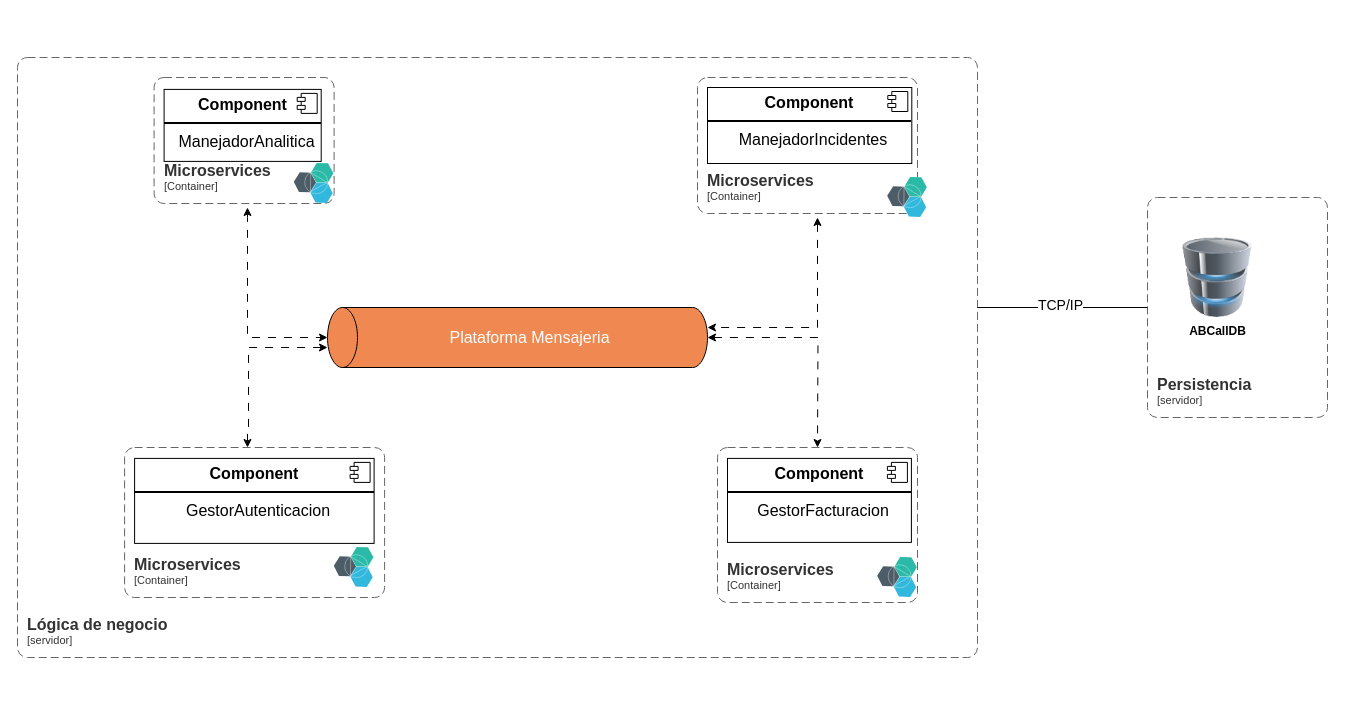
This is page "hu experimento arquitectura abcall asincrono" (8 of 8) of diagramas.drawio from lordmkichavi-andes/MISW4202-202414-Grupo017, a draw.io file, before an edit. Source tidied: cells renumbered, new cells numbered last; positions are measured from the earlier drawing's top-left corner, leaving out a move shared by most shapes. Both pictures are drawn from the tidied source at 100%, with x=0, y=0 at pixel (17, 57).
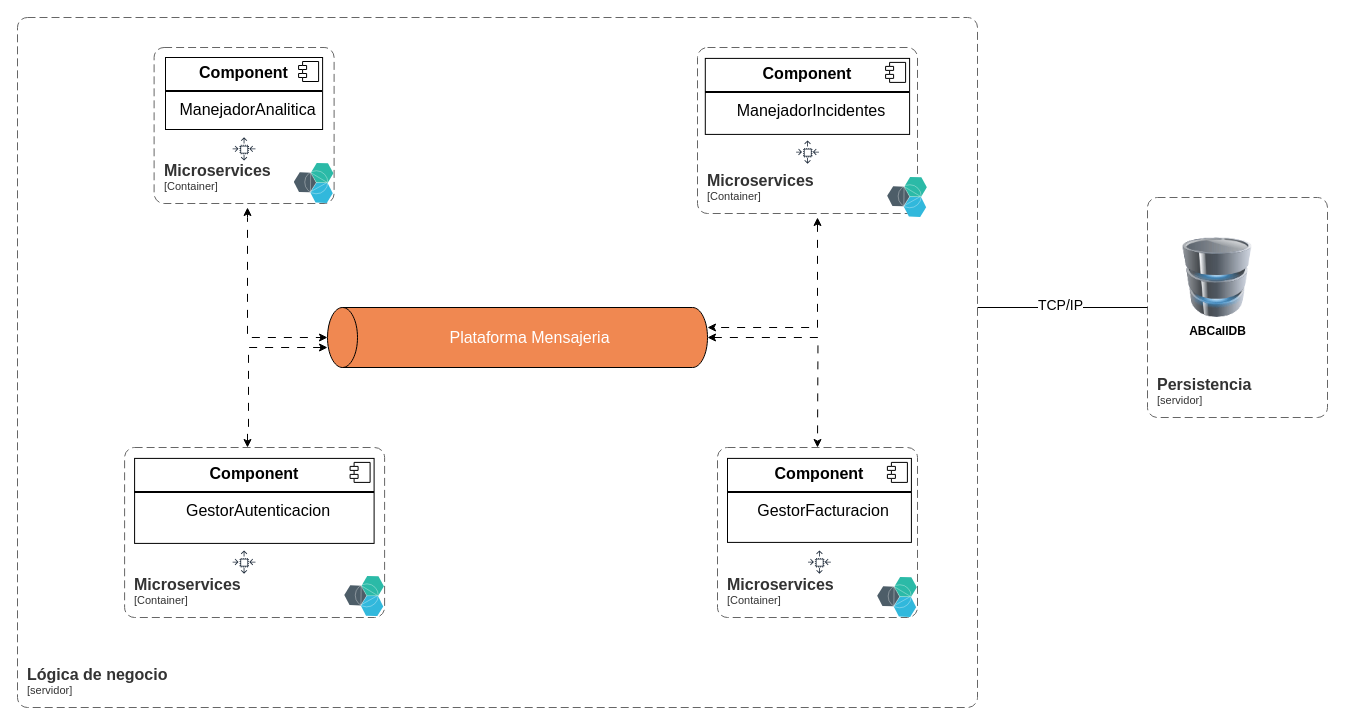
The same diagram, later.

Diff of the diagram source:
```diff
@@
     <object id="4" label="&lt;font style=&quot;font-size: 16px&quot;&gt;&lt;b&gt;&lt;div style=&quot;text-align: left&quot;&gt;%c4Name%&lt;/div&gt;&lt;/b&gt;&lt;/font&gt;&lt;div style=&quot;text-align: left&quot;&gt;[%c4Application%]&lt;/div&gt;" c4Application="servidor" c4Name="Lógica de negocio" placeholders="1">
       <mxCell style="rounded=1;fontSize=11;whiteSpace=wrap;html=1;dashed=1;arcSize=20;fillColor=none;strokeColor=#666666;fontColor=#333333;labelBackgroundColor=none;align=left;verticalAlign=bottom;labelBorderColor=none;spacingTop=0;spacing=10;dashPattern=8 4;perimeter=rectanglePerimeter;noLabel=0;labelPadding=0;absoluteArcSize=1;" parent="1" vertex="1">
-        <mxGeometry width="960" height="600" as="geometry" />
+        <mxGeometry y="-40" width="960" height="690" as="geometry" />
       </mxCell>
     </object>
@@
     <mxCell id="8" value="&lt;p style=&quot;margin: 6px 0px 0px; text-align: center; font-size: 16px;&quot;&gt;&lt;b style=&quot;font-size: 16px;&quot;&gt;&lt;font style=&quot;font-size: 16px;&quot;&gt;Component&lt;/font&gt;&lt;/b&gt;&lt;/p&gt;&lt;hr style=&quot;border-style: solid; font-size: 16px;&quot;&gt;&lt;p style=&quot;text-align: center; margin: 0px 0px 0px 8px; font-size: 16px;&quot;&gt;&lt;font style=&quot;font-size: 16px;&quot;&gt;ManejadorIncidentes&lt;/font&gt;&lt;br style=&quot;font-size: 16px;&quot;&gt;&lt;/p&gt;" style="align=left;overflow=fill;html=1;whiteSpace=wrap;fontSize=16;" parent="1" vertex="1">
-      <mxGeometry x="690" y="30" width="204.3" height="76" as="geometry" />
+      <mxGeometry x="687.8" y="0.9" width="204.3" height="76" as="geometry" />
     </mxCell>
@@
     <mxCell id="15" value="&lt;p style=&quot;margin: 6px 0px 0px; text-align: center; font-size: 16px;&quot;&gt;&lt;b style=&quot;font-size: 16px;&quot;&gt;Component&lt;/b&gt;&lt;/p&gt;&lt;hr style=&quot;border-style: solid; font-size: 16px;&quot;&gt;&lt;p style=&quot;text-align: center; margin: 0px 0px 0px 8px; font-size: 16px;&quot;&gt;ManejadorAnalitica&lt;br style=&quot;font-size: 16px;&quot;&gt;&lt;/p&gt;" style="align=left;overflow=fill;html=1;whiteSpace=wrap;fontSize=16;" parent="1" vertex="1">
-      <mxGeometry x="146.6" y="31.9" width="157.1" height="72" as="geometry" />
+      <mxGeometry x="148" width="157.1" height="72" as="geometry" />
     </mxCell>
@@
     <object id="20" label="&lt;font style=&quot;font-size: 16px&quot;&gt;&lt;b&gt;&lt;div style=&quot;text-align: left&quot;&gt;%c4Name%&lt;/div&gt;&lt;/b&gt;&lt;/font&gt;&lt;div style=&quot;text-align: left&quot;&gt;[%c4Application%]&lt;/div&gt;" c4Application="Container" c4Name="Microservices" placeholders="1">
       <mxCell style="rounded=1;fontSize=11;whiteSpace=wrap;html=1;dashed=1;arcSize=20;fillColor=none;strokeColor=#666666;fontColor=#333333;labelBackgroundColor=none;align=left;verticalAlign=bottom;labelBorderColor=none;spacingTop=0;spacing=10;dashPattern=8 4;perimeter=rectanglePerimeter;noLabel=0;labelPadding=0;absoluteArcSize=1;" parent="1" vertex="1">
-        <mxGeometry x="700" y="390" width="200" height="155" as="geometry" />
+        <mxGeometry x="700" y="390" width="200" height="170" as="geometry" />
       </mxCell>
     </object>
     <object id="21" label="&lt;font style=&quot;font-size: 16px&quot;&gt;&lt;b&gt;&lt;div style=&quot;text-align: left&quot;&gt;%c4Name%&lt;/div&gt;&lt;/b&gt;&lt;/font&gt;&lt;div style=&quot;text-align: left&quot;&gt;[%c4Application%]&lt;/div&gt;" c4Application="Container" c4Name="Microservices" placeholders="1">
       <mxCell style="rounded=1;fontSize=11;whiteSpace=wrap;html=1;dashed=1;arcSize=20;fillColor=none;strokeColor=#666666;fontColor=#333333;labelBackgroundColor=none;align=left;verticalAlign=bottom;labelBorderColor=none;spacingTop=0;spacing=10;dashPattern=8 4;perimeter=rectanglePerimeter;noLabel=0;labelPadding=0;absoluteArcSize=1;" parent="1" vertex="1">
-        <mxGeometry x="680" y="20" width="220" height="136" as="geometry" />
+        <mxGeometry x="680" y="-10" width="220" height="166" as="geometry" />
       </mxCell>
     </object>
     <object id="22" label="&lt;font style=&quot;font-size: 16px&quot;&gt;&lt;b&gt;&lt;div style=&quot;text-align: left&quot;&gt;%c4Name%&lt;/div&gt;&lt;/b&gt;&lt;/font&gt;&lt;div style=&quot;text-align: left&quot;&gt;[%c4Application%]&lt;/div&gt;" c4Application="Container" c4Name="Microservices" placeholders="1">
       <mxCell style="rounded=1;fontSize=11;whiteSpace=wrap;html=1;dashed=1;arcSize=20;fillColor=none;strokeColor=#666666;fontColor=#333333;labelBackgroundColor=none;align=left;verticalAlign=bottom;labelBorderColor=none;spacingTop=0;spacing=10;dashPattern=8 4;perimeter=rectanglePerimeter;noLabel=0;labelPadding=0;absoluteArcSize=1;" parent="1" vertex="1">
-        <mxGeometry x="136.6" y="20" width="180" height="126" as="geometry" />
+        <mxGeometry x="136.6" y="-10" width="180" height="156" as="geometry" />
       </mxCell>
     </object>
@@
     <mxCell id="25" style="image;perimeter=ellipsePerimeter;html=1;align=center;shadow=0;dashed=0;fontColor=#4277BB;labelBackgroundColor=default;fontSize=12;spacingTop=3;image=img/lib/ibm/miscellaneous/microservices_application.svg;" parent="1" vertex="1">
-      <mxGeometry x="860" y="500" width="40" height="40" as="geometry" />
+      <mxGeometry x="860" y="520" width="40" height="40" as="geometry" />
     </mxCell>
     <object id="26" label="&lt;font style=&quot;font-size: 16px&quot;&gt;&lt;b&gt;&lt;div style=&quot;text-align: left&quot;&gt;%c4Name%&lt;/div&gt;&lt;/b&gt;&lt;/font&gt;&lt;div style=&quot;text-align: left&quot;&gt;[%c4Application%]&lt;/div&gt;" c4Application="Container" c4Name="Microservices" placeholders="1">
       <mxCell style="rounded=1;fontSize=11;whiteSpace=wrap;html=1;dashed=1;arcSize=20;fillColor=none;strokeColor=#666666;fontColor=#333333;labelBackgroundColor=none;align=left;verticalAlign=bottom;labelBorderColor=none;spacingTop=0;spacing=10;dashPattern=8 4;perimeter=rectanglePerimeter;noLabel=0;labelPadding=0;absoluteArcSize=1;" parent="1" vertex="1">
-        <mxGeometry x="107.1" y="390" width="260" height="150" as="geometry" />
+        <mxGeometry x="107.1" y="390" width="260" height="170" as="geometry" />
       </mxCell>
     </object>
     <mxCell id="27" style="image;perimeter=ellipsePerimeter;html=1;align=center;shadow=0;dashed=0;fontColor=#4277BB;labelBackgroundColor=default;fontSize=12;spacingTop=3;image=img/lib/ibm/miscellaneous/microservices_application.svg;" parent="1" vertex="1">
-      <mxGeometry x="316.6" y="490" width="40" height="40" as="geometry" />
+      <mxGeometry x="327.1" y="519.1" width="40" height="40" as="geometry" />
     </mxCell>
+    <mxCell id="28" style="sketch=0;fontColor=#232F3E;gradientColor=none;strokeColor=#232F3E;fillColor=#ffffff;dashed=0;verticalLabelPosition=bottom;verticalAlign=top;align=center;html=1;fontSize=12;fontStyle=0;shape=mxgraph.aws4.resourceIcon;resIcon=mxgraph.aws4.auto_scaling;" parent="1" vertex="1">
+      <mxGeometry x="212" y="76.9" width="29.1" height="29.1" as="geometry" />
+    </mxCell>
+    <mxCell id="29" style="sketch=0;fontColor=#232F3E;gradientColor=none;strokeColor=#232F3E;fillColor=#ffffff;dashed=0;verticalLabelPosition=bottom;verticalAlign=top;align=center;html=1;fontSize=12;fontStyle=0;shape=mxgraph.aws4.resourceIcon;resIcon=mxgraph.aws4.auto_scaling;" parent="1" vertex="1">
+      <mxGeometry x="775.5" y="80" width="29.1" height="29.1" as="geometry" />
+    </mxCell>
+    <mxCell id="30" style="sketch=0;fontColor=#232F3E;gradientColor=none;strokeColor=#232F3E;fillColor=#ffffff;dashed=0;verticalLabelPosition=bottom;verticalAlign=top;align=center;html=1;fontSize=12;fontStyle=0;shape=mxgraph.aws4.resourceIcon;resIcon=mxgraph.aws4.auto_scaling;" parent="1" vertex="1">
+      <mxGeometry x="212" y="490" width="29.1" height="29.1" as="geometry" />
+    </mxCell>
+    <mxCell id="31" style="sketch=0;fontColor=#232F3E;gradientColor=none;strokeColor=#232F3E;fillColor=#ffffff;dashed=0;verticalLabelPosition=bottom;verticalAlign=top;align=center;html=1;fontSize=12;fontStyle=0;shape=mxgraph.aws4.resourceIcon;resIcon=mxgraph.aws4.auto_scaling;" parent="1" vertex="1">
+      <mxGeometry x="787.4" y="490" width="29.1" height="29.1" as="geometry" />
+    </mxCell>
```
